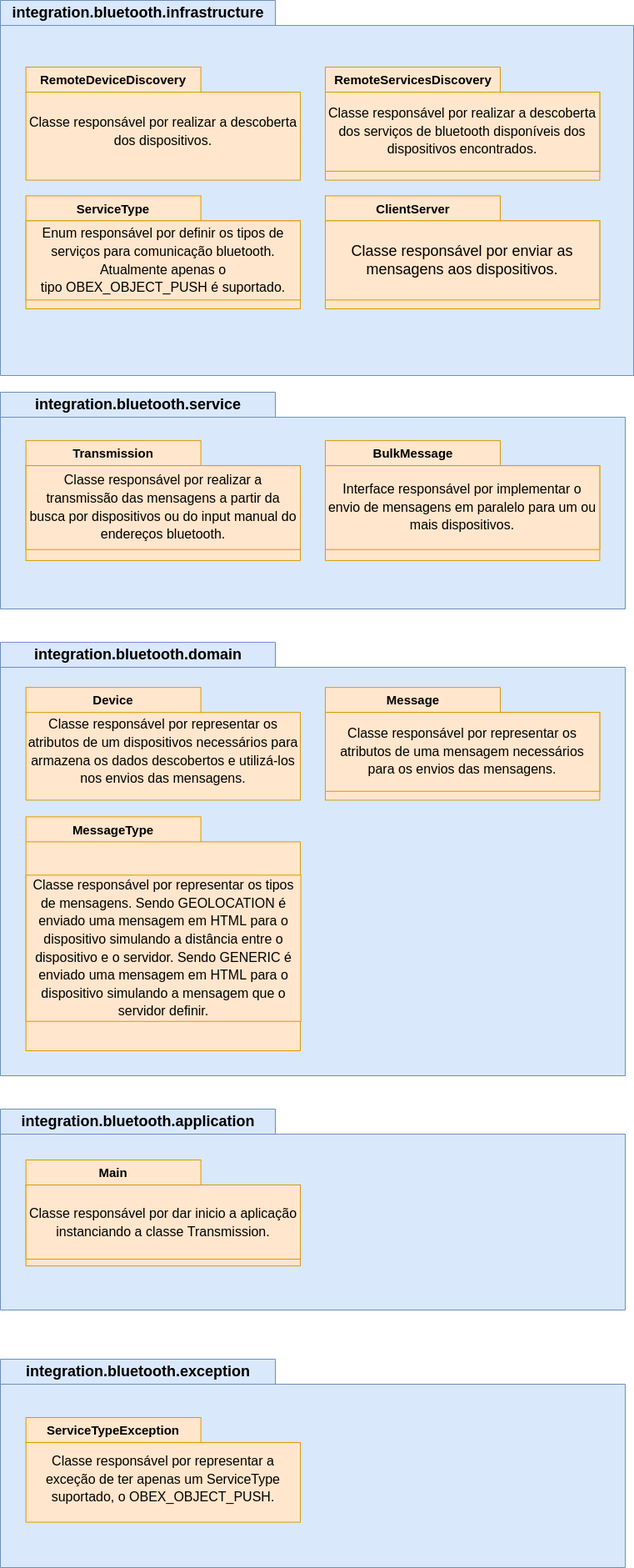
This is assets/readme/diagrama-camadas.png from durvaal/bluetooth-integration, a draw.io export, as it was before one commit. Source tidied: cells renumbered, new cells last; positions are measured from the earlier drawing's top-left corner, leaving out a move shared by most shapes. Its diagram source:
```xml
<mxGraphModel>
  <root>
    <mxCell id="0" />
    <mxCell id="1" parent="0" />
    <mxCell id="2" value="integration.bluetooth.infrastructure" style="shape=folder;fontStyle=1;tabWidth=330;tabHeight=30;tabPosition=left;html=1;boundedLbl=1;labelInHeader=1;labelBackgroundColor=none;fontSize=18;fillColor=#dae8fc;strokeColor=#6c8ebf;" parent="1" vertex="1">
      <mxGeometry width="760" height="450" as="geometry" />
    </mxCell>
    <mxCell id="3" style="html=1;strokeColor=none;fillColor=none;labelBackgroundColor=default;fontSize=18;fontColor=#000000;align=left;" parent="2" vertex="1">
      <mxGeometry width="750" height="258.91" relative="1" as="geometry">
        <mxPoint y="30" as="offset" />
      </mxGeometry>
    </mxCell>
    <mxCell id="4" value="&lt;b style=&quot;text-align: left;&quot;&gt;&lt;font style=&quot;font-size: 15px;&quot;&gt;RemoteDeviceDiscovery&lt;/font&gt;&lt;/b&gt;" style="shape=folder;fontStyle=1;tabWidth=210;tabHeight=30;tabPosition=left;html=1;boundedLbl=1;labelInHeader=1;labelBackgroundColor=none;fontSize=18;fillColor=#ffe6cc;strokeColor=#d79b00;" parent="2" vertex="1">
      <mxGeometry x="30.6" y="80" width="329.4" height="135.6" as="geometry" />
    </mxCell>
    <mxCell id="5" value="&lt;font style=&quot;font-size: 16px;&quot;&gt;Classe responsável por realizar a descoberta dos dispositivos.&lt;/font&gt;" style="html=1;strokeColor=none;fillColor=none;labelBackgroundColor=none;fontSize=18;fontColor=#000000;whiteSpace=wrap;" parent="4" vertex="1">
      <mxGeometry width="329.39" height="94.92" relative="1" as="geometry">
        <mxPoint y="30" as="offset" />
      </mxGeometry>
    </mxCell>
    <mxCell id="6" value="&lt;div style=&quot;text-align: left;&quot;&gt;&lt;span style=&quot;font-size: 15px;&quot;&gt;RemoteServicesDiscovery&lt;/span&gt;&lt;br&gt;&lt;/div&gt;" style="shape=folder;fontStyle=1;tabWidth=210;tabHeight=30;tabPosition=left;html=1;boundedLbl=1;labelInHeader=1;labelBackgroundColor=none;fontSize=18;fillColor=#ffe6cc;strokeColor=#d79b00;" parent="2" vertex="1">
      <mxGeometry x="390" y="80" width="329.4" height="135.6" as="geometry" />
    </mxCell>
    <mxCell id="7" value="&lt;font style=&quot;font-size: 16px;&quot;&gt;Classe responsável por realizar a descoberta dos serviços de bluetooth disponíveis dos dispositivos encontrados.&lt;/font&gt;" style="html=1;strokeColor=#d79b00;fillColor=#ffe6cc;labelBackgroundColor=none;fontSize=18;whiteSpace=wrap;" parent="6" vertex="1">
      <mxGeometry width="329.39" height="94.92" relative="1" as="geometry">
        <mxPoint y="30" as="offset" />
      </mxGeometry>
    </mxCell>
    <mxCell id="8" value="&lt;div style=&quot;text-align: left;&quot;&gt;&lt;span style=&quot;font-size: 15px;&quot;&gt;ServiceType&lt;/span&gt;&lt;br&gt;&lt;/div&gt;" style="shape=folder;fontStyle=1;tabWidth=210;tabHeight=30;tabPosition=left;html=1;boundedLbl=1;labelInHeader=1;labelBackgroundColor=none;fontSize=18;fillColor=#ffe6cc;strokeColor=#d79b00;" parent="2" vertex="1">
      <mxGeometry x="30.6" y="234.4" width="329.4" height="135.6" as="geometry" />
    </mxCell>
    <mxCell id="9" value="&lt;font style=&quot;font-size: 16px;&quot;&gt;Enum responsável por definir os tipos de serviços para comunicação bluetooth. Atualmente apenas o tipo&amp;nbsp;OBEX_OBJECT_PUSH é suportado.&lt;/font&gt;" style="html=1;strokeColor=#d79b00;fillColor=#ffe6cc;labelBackgroundColor=none;fontSize=18;whiteSpace=wrap;" parent="8" vertex="1">
      <mxGeometry width="329.39" height="94.91" relative="1" as="geometry">
        <mxPoint y="30" as="offset" />
      </mxGeometry>
    </mxCell>
    <mxCell id="10" value="&lt;div style=&quot;text-align: left;&quot;&gt;&lt;span style=&quot;font-size: 15px;&quot;&gt;ClientServer&lt;/span&gt;&lt;/div&gt;" style="shape=folder;fontStyle=1;tabWidth=210;tabHeight=30;tabPosition=left;html=1;boundedLbl=1;labelInHeader=1;labelBackgroundColor=none;fontSize=18;fillColor=#ffe6cc;strokeColor=#d79b00;" parent="2" vertex="1">
      <mxGeometry x="390" y="234.4" width="329.4" height="135.6" as="geometry" />
    </mxCell>
    <mxCell id="11" value="Classe responsável por enviar as mensagens aos dispositivos." style="html=1;strokeColor=#d79b00;fillColor=#ffe6cc;labelBackgroundColor=none;fontSize=18;whiteSpace=wrap;" parent="10" vertex="1">
      <mxGeometry width="329.39" height="94.91" relative="1" as="geometry">
        <mxPoint y="30" as="offset" />
      </mxGeometry>
    </mxCell>
    <mxCell id="12" value="integration.bluetooth.service" style="shape=folder;fontStyle=1;tabWidth=330;tabHeight=30;tabPosition=left;html=1;boundedLbl=1;labelInHeader=1;labelBackgroundColor=none;fontSize=18;fillColor=#dae8fc;strokeColor=#6c8ebf;" parent="1" vertex="1">
      <mxGeometry y="470" width="750" height="260" as="geometry" />
    </mxCell>
    <mxCell id="13" style="html=1;strokeColor=none;fillColor=none;labelBackgroundColor=default;fontSize=18;fontColor=#000000;align=left;" parent="12" vertex="1">
      <mxGeometry width="750" height="149.59" relative="1" as="geometry">
        <mxPoint y="30" as="offset" />
      </mxGeometry>
    </mxCell>
    <mxCell id="14" value="&lt;div style=&quot;text-align: left;&quot;&gt;&lt;span style=&quot;font-size: 15px;&quot;&gt;Transmission&lt;/span&gt;&lt;/div&gt;" style="shape=folder;fontStyle=1;tabWidth=210;tabHeight=30;tabPosition=left;html=1;boundedLbl=1;labelInHeader=1;labelBackgroundColor=none;fontSize=18;fillColor=#ffe6cc;strokeColor=#d79b00;" parent="12" vertex="1">
      <mxGeometry x="30.6" y="58.1" width="329.4" height="143.8" as="geometry" />
    </mxCell>
    <mxCell id="15" value="&lt;font style=&quot;font-size: 16px;&quot;&gt;Classe responsável por realizar a transmissão das mensagens a partir da busca por dispositivos ou do input manual do endereços bluetooth.&lt;/font&gt;" style="html=1;strokeColor=#d79b00;fillColor=#ffe6cc;labelBackgroundColor=none;fontSize=18;whiteSpace=wrap;" parent="14" vertex="1">
      <mxGeometry width="329.39" height="100.65" relative="1" as="geometry">
        <mxPoint y="30" as="offset" />
      </mxGeometry>
    </mxCell>
    <mxCell id="16" value="&lt;div style=&quot;text-align: left;&quot;&gt;&lt;span style=&quot;font-size: 15px;&quot;&gt;BulkMessage&lt;/span&gt;&lt;br&gt;&lt;/div&gt;" style="shape=folder;fontStyle=1;tabWidth=210;tabHeight=30;tabPosition=left;html=1;boundedLbl=1;labelInHeader=1;labelBackgroundColor=none;fontSize=18;fillColor=#ffe6cc;strokeColor=#d79b00;" parent="12" vertex="1">
      <mxGeometry x="390" y="58.1" width="329.4" height="143.8" as="geometry" />
    </mxCell>
    <mxCell id="17" value="&lt;font style=&quot;font-size: 16px;&quot;&gt;Interface responsável por implementar o envio de mensagens em paralelo para um ou mais dispositivos.&lt;/font&gt;" style="html=1;strokeColor=#d79b00;fillColor=#ffe6cc;labelBackgroundColor=none;fontSize=18;whiteSpace=wrap;" parent="16" vertex="1">
      <mxGeometry width="329.39" height="100.65" relative="1" as="geometry">
        <mxPoint y="30" as="offset" />
      </mxGeometry>
    </mxCell>
    <mxCell id="18" value="integration.bluetooth.domain" style="shape=folder;fontStyle=1;tabWidth=330;tabHeight=30;tabPosition=left;html=1;boundedLbl=1;labelInHeader=1;labelBackgroundColor=none;fontSize=18;fillColor=#dae8fc;strokeColor=#6c8ebf;" parent="1" vertex="1">
      <mxGeometry y="770" width="750" height="520" as="geometry" />
    </mxCell>
    <mxCell id="19" style="html=1;strokeColor=none;fillColor=none;labelBackgroundColor=default;fontSize=18;fontColor=#000000;align=left;" parent="18" vertex="1">
      <mxGeometry width="750" height="258.16" relative="1" as="geometry">
        <mxPoint y="30" as="offset" />
      </mxGeometry>
    </mxCell>
    <mxCell id="20" value="&lt;div style=&quot;text-align: left;&quot;&gt;&lt;span style=&quot;font-size: 15px;&quot;&gt;Device&lt;/span&gt;&lt;br&gt;&lt;/div&gt;" style="shape=folder;fontStyle=1;tabWidth=210;tabHeight=30;tabPosition=left;html=1;boundedLbl=1;labelInHeader=1;labelBackgroundColor=none;fontSize=18;fillColor=#ffe6cc;strokeColor=#d79b00;" parent="18" vertex="1">
      <mxGeometry x="30.6" y="54.2" width="329.4" height="135.2" as="geometry" />
    </mxCell>
    <mxCell id="21" value="&lt;font style=&quot;font-size: 16px;&quot;&gt;Classe responsável por representar os atributos de um dispositivos necessários para armazena os dados descobertos e utilizá-los nos envios das mensagens.&lt;/font&gt;" style="html=1;strokeColor=none;fillColor=none;labelBackgroundColor=none;fontSize=18;fontColor=#000000;whiteSpace=wrap;" parent="20" vertex="1">
      <mxGeometry width="329.39" height="94.64" relative="1" as="geometry">
        <mxPoint y="30" as="offset" />
      </mxGeometry>
    </mxCell>
    <mxCell id="22" value="&lt;div style=&quot;text-align: left;&quot;&gt;&lt;span style=&quot;font-size: 15px;&quot;&gt;Message&lt;/span&gt;&lt;br&gt;&lt;/div&gt;" style="shape=folder;fontStyle=1;tabWidth=210;tabHeight=30;tabPosition=left;html=1;boundedLbl=1;labelInHeader=1;labelBackgroundColor=none;fontSize=18;fillColor=#ffe6cc;strokeColor=#d79b00;" parent="18" vertex="1">
      <mxGeometry x="390" y="54.2" width="329.4" height="135.2" as="geometry" />
    </mxCell>
    <mxCell id="23" value="&lt;span style=&quot;font-size: 16px;&quot;&gt;Classe responsável por representar os atributos de uma mensagem necessários para os envios das mensagens.&lt;/span&gt;" style="html=1;strokeColor=#d79b00;fillColor=#ffe6cc;labelBackgroundColor=none;fontSize=18;whiteSpace=wrap;" parent="22" vertex="1">
      <mxGeometry width="329.39" height="94.64" relative="1" as="geometry">
        <mxPoint y="30" as="offset" />
      </mxGeometry>
    </mxCell>
    <mxCell id="24" value="&lt;div style=&quot;text-align: left;&quot;&gt;&lt;span style=&quot;font-size: 15px;&quot;&gt;MessageType&lt;/span&gt;&lt;br&gt;&lt;/div&gt;" style="shape=folder;fontStyle=1;tabWidth=210;tabHeight=30;tabPosition=left;html=1;boundedLbl=1;labelInHeader=1;labelBackgroundColor=none;fontSize=18;fillColor=#ffe6cc;strokeColor=#d79b00;" parent="18" vertex="1">
      <mxGeometry x="30.6" y="209.3" width="329.4" height="280.6" as="geometry" />
    </mxCell>
    <mxCell id="25" value="&lt;font style=&quot;font-size: 16px;&quot;&gt;Classe responsável por representar os tipos de mensagens. Sendo&amp;nbsp;GEOLOCATION é enviado uma mensagem em HTML para o dispositivo simulando a distância entre o dispositivo e o servidor. Sendo&amp;nbsp;GENERIC é enviado uma mensagem em HTML para o dispositivo simulando a mensagem que o servidor definir.&lt;/font&gt;" style="html=1;strokeColor=#d79b00;fillColor=#ffe6cc;labelBackgroundColor=none;fontSize=18;whiteSpace=wrap;" parent="24" vertex="1">
      <mxGeometry width="330" height="175.41" relative="1" as="geometry">
        <mxPoint y="70" as="offset" />
      </mxGeometry>
    </mxCell>
    <mxCell id="26" value="integration.bluetooth.application" style="shape=folder;fontStyle=1;tabWidth=330;tabHeight=30;tabPosition=left;html=1;boundedLbl=1;labelInHeader=1;labelBackgroundColor=none;fontSize=18;fillColor=#dae8fc;strokeColor=#6c8ebf;" parent="1" vertex="1">
      <mxGeometry y="1330" width="750" height="241" as="geometry" />
    </mxCell>
    <mxCell id="27" style="html=1;strokeColor=none;fillColor=none;labelBackgroundColor=default;fontSize=18;fontColor=#000000;align=left;" parent="26" vertex="1">
      <mxGeometry width="750" height="138.66" relative="1" as="geometry">
        <mxPoint y="30" as="offset" />
      </mxGeometry>
    </mxCell>
    <mxCell id="28" value="&lt;div style=&quot;text-align: left;&quot;&gt;&lt;span style=&quot;font-size: 15px;&quot;&gt;Main&lt;/span&gt;&lt;/div&gt;" style="shape=folder;fontStyle=1;tabWidth=210;tabHeight=30;tabPosition=left;html=1;boundedLbl=1;labelInHeader=1;labelBackgroundColor=none;fontSize=18;fillColor=#ffe6cc;strokeColor=#d79b00;" parent="26" vertex="1">
      <mxGeometry x="30.6" y="61" width="329.4" height="127.2" as="geometry" />
    </mxCell>
    <mxCell id="29" value="&lt;font style=&quot;font-size: 16px;&quot;&gt;Classe responsável por dar inicio a aplicação instanciando a classe&amp;nbsp;Transmission.&lt;/font&gt;" style="html=1;strokeColor=#d79b00;fillColor=#ffe6cc;labelBackgroundColor=none;fontSize=18;whiteSpace=wrap;" parent="28" vertex="1">
      <mxGeometry width="329.39" height="89.01" relative="1" as="geometry">
        <mxPoint y="30" as="offset" />
      </mxGeometry>
    </mxCell>
    <mxCell id="30" value="integration.bluetooth.exception" style="shape=folder;fontStyle=1;tabWidth=330;tabHeight=30;tabPosition=left;html=1;boundedLbl=1;labelInHeader=1;labelBackgroundColor=none;fontSize=18;fillColor=#dae8fc;strokeColor=#6c8ebf;" parent="1" vertex="1">
      <mxGeometry y="1630" width="750" height="250" as="geometry" />
    </mxCell>
    <mxCell id="31" style="html=1;strokeColor=none;fillColor=none;labelBackgroundColor=default;fontSize=18;fontColor=#000000;align=left;" parent="30" vertex="1">
      <mxGeometry width="750" height="143.84" relative="1" as="geometry">
        <mxPoint y="30" as="offset" />
      </mxGeometry>
    </mxCell>
    <mxCell id="32" value="&lt;div style=&quot;text-align: left;&quot;&gt;&lt;span style=&quot;font-size: 15px;&quot;&gt;ServiceTypeException&lt;/span&gt;&lt;br&gt;&lt;/div&gt;" style="shape=folder;fontStyle=1;tabWidth=210;tabHeight=30;tabPosition=left;html=1;boundedLbl=1;labelInHeader=1;labelBackgroundColor=none;fontSize=18;fillColor=#ffe6cc;strokeColor=#d79b00;" parent="30" vertex="1">
      <mxGeometry x="30.6" y="70" width="329.4" height="125.6" as="geometry" />
    </mxCell>
    <mxCell id="33" value="&lt;font style=&quot;font-size: 16px;&quot;&gt;Classe responsável por representar a exceção de ter apenas um&amp;nbsp;ServiceType suportado, o OBEX_OBJECT_PUSH.&lt;/font&gt;" style="html=1;strokeColor=none;fillColor=none;labelBackgroundColor=none;fontSize=18;fontColor=#000000;whiteSpace=wrap;" parent="32" vertex="1">
      <mxGeometry width="329.39" height="87.89" relative="1" as="geometry">
        <mxPoint y="30" as="offset" />
      </mxGeometry>
    </mxCell>
  </root>
</mxGraphModel>
```
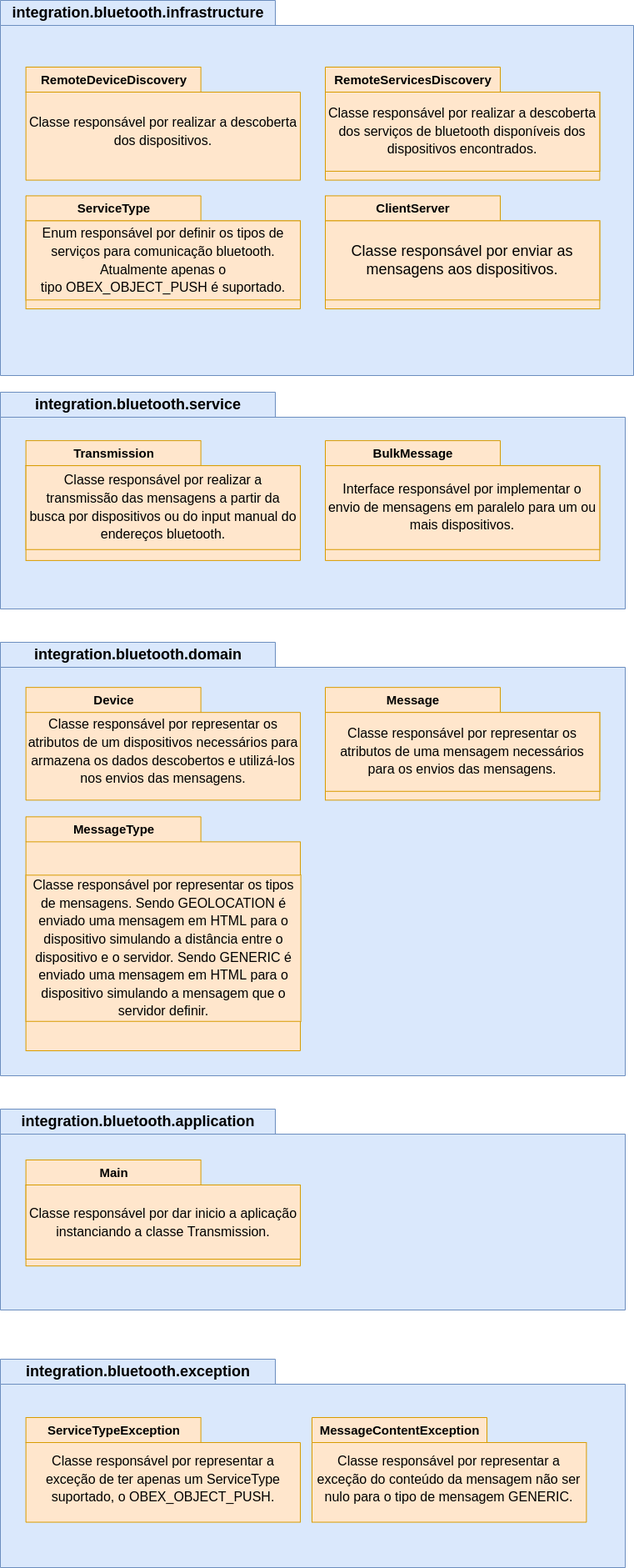
The same file after the commit.

Diff of the diagram source:
```diff
@@ -130,5 +130,13 @@
         <mxPoint y="30" as="offset" />
       </mxGeometry>
     </mxCell>
+    <mxCell id="34" value="&lt;div style=&quot;text-align: left;&quot;&gt;&lt;span style=&quot;font-size: 15px;&quot;&gt;MessageContentException&lt;/span&gt;&lt;br&gt;&lt;/div&gt;" style="shape=folder;fontStyle=1;tabWidth=210;tabHeight=30;tabPosition=left;html=1;boundedLbl=1;labelInHeader=1;labelBackgroundColor=none;fontSize=18;fillColor=#ffe6cc;strokeColor=#d79b00;" parent="30" vertex="1">
+      <mxGeometry x="374" y="70" width="329.4" height="125.6" as="geometry" />
+    </mxCell>
+    <mxCell id="35" value="&lt;font style=&quot;font-size: 16px;&quot;&gt;Classe responsável por representar a exceção do conteúdo da mensagem não ser nulo para o tipo de mensagem GENERIC.&lt;/font&gt;" style="html=1;strokeColor=none;fillColor=none;labelBackgroundColor=none;fontSize=18;fontColor=#000000;whiteSpace=wrap;" parent="34" vertex="1">
+      <mxGeometry width="329.39" height="87.89" relative="1" as="geometry">
+        <mxPoint y="30" as="offset" />
+      </mxGeometry>
+    </mxCell>
   </root>
 </mxGraphModel>
```
